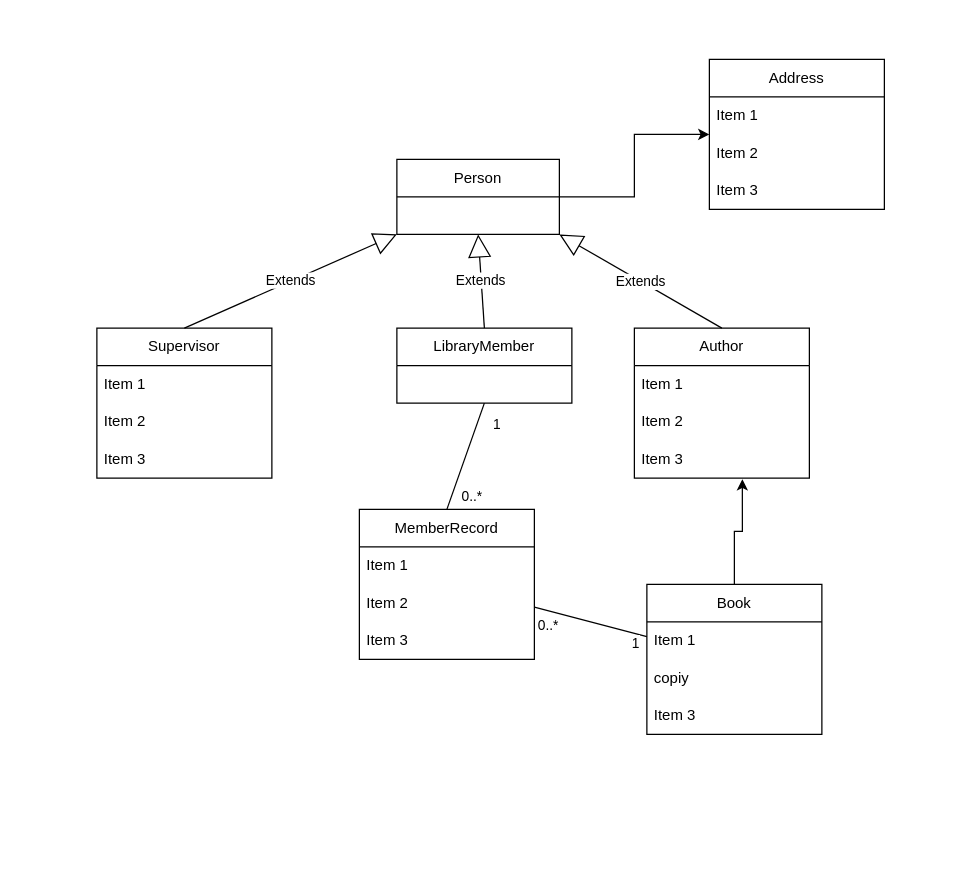
Earlier version of the draw.io diagram src/main/java/com/cesarwillymc/libraryprojectmpp/initial.drawio (cesarwillymc/LibraryProjectMpp). Source tidied: cells renumbered, new cells numbered last; positions are measured from the earlier drawing's top-left corner, leaving out a move shared by most shapes. Both pictures are drawn from the tidied source at 125%, with x=0, y=0 at pixel (96, 59).
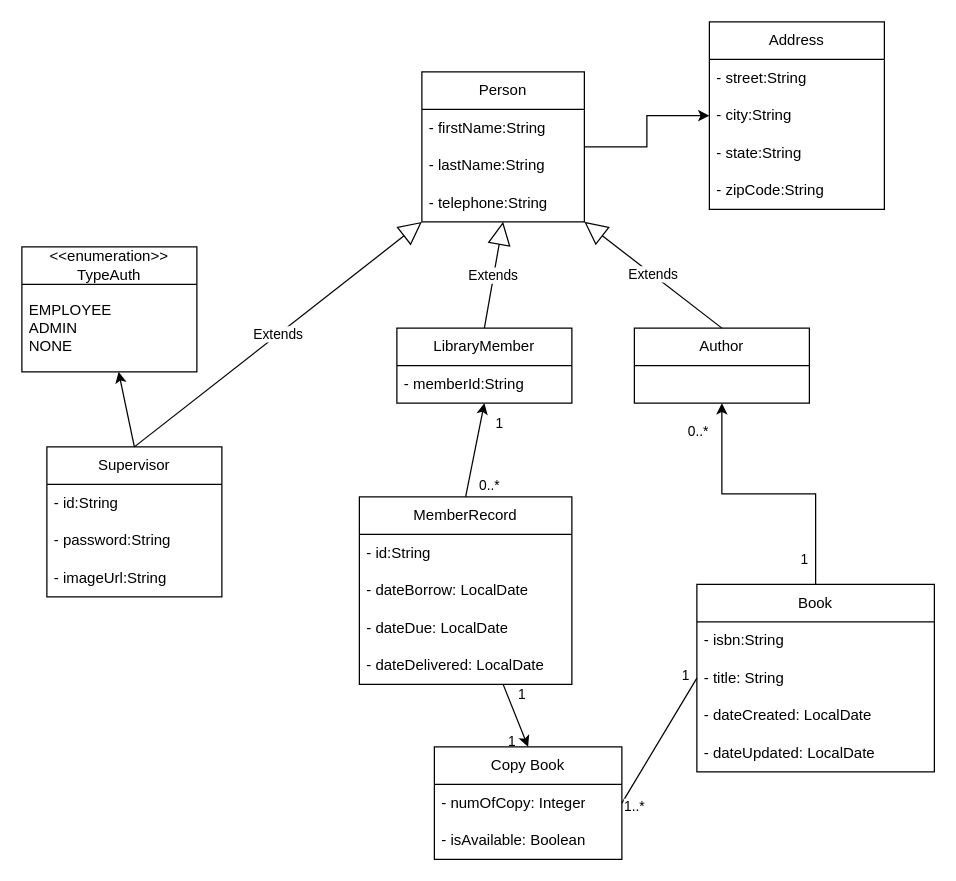
The same page after the edit.

Unchanged cells that the change refers to:
```xml
<mxCell id="2" value="LibraryMember" style="swimlane;fontStyle=0;horizontal=1;startSize=30;whiteSpace=wrap;html=1;" parent="1" vertex="1">
  <mxGeometry x="240" y="215" width="140" height="60" as="geometry" />
</mxCell>
```

Diff of the diagram source:
```diff
@@
+    <mxCell id="35" value="- memberId:String" style="text;strokeColor=none;fillColor=none;align=left;verticalAlign=middle;spacingLeft=4;spacingRight=4;overflow=hidden;whiteSpace=wrap;html=1;" parent="2" vertex="1">
+      <mxGeometry y="30" width="140" height="30" as="geometry" />
+    </mxCell>
     <mxCell id="3" value="Supervisor" style="swimlane;fontStyle=0;horizontal=1;startSize=30;whiteSpace=wrap;html=1;" parent="1" vertex="1">
-      <mxGeometry y="215" width="140" height="120" as="geometry" />
+      <mxGeometry x="-40" y="310" width="140" height="120" as="geometry" />
     </mxCell>
-    <mxCell id="4" value="Item 1" style="text;strokeColor=none;fillColor=none;align=left;verticalAlign=middle;spacingLeft=4;spacingRight=4;overflow=hidden;whiteSpace=wrap;html=1;" parent="3" vertex="1">
+    <mxCell id="4" value="- id:String" style="text;strokeColor=none;fillColor=none;align=left;verticalAlign=middle;spacingLeft=4;spacingRight=4;overflow=hidden;whiteSpace=wrap;html=1;" parent="3" vertex="1">
       <mxGeometry y="30" width="140" height="30" as="geometry" />
     </mxCell>
-    <mxCell id="5" value="Item 2" style="text;strokeColor=none;fillColor=none;align=left;verticalAlign=middle;spacingLeft=4;spacingRight=4;overflow=hidden;whiteSpace=wrap;html=1;" parent="3" vertex="1">
+    <mxCell id="5" value="- password:String" style="text;strokeColor=none;fillColor=none;align=left;verticalAlign=middle;spacingLeft=4;spacingRight=4;overflow=hidden;whiteSpace=wrap;html=1;" parent="3" vertex="1">
       <mxGeometry y="60" width="140" height="30" as="geometry" />
     </mxCell>
-    <mxCell id="6" value="Item 3" style="text;strokeColor=none;fillColor=none;align=left;verticalAlign=middle;spacingLeft=4;spacingRight=4;overflow=hidden;whiteSpace=wrap;html=1;" parent="3" vertex="1">
+    <mxCell id="6" value="- imageUrl:String" style="text;strokeColor=none;fillColor=none;align=left;verticalAlign=middle;spacingLeft=4;spacingRight=4;overflow=hidden;whiteSpace=wrap;html=1;" parent="3" vertex="1">
       <mxGeometry y="90" width="140" height="30" as="geometry" />
     </mxCell>
-    <mxCell id="7" style="edgeStyle=orthogonalEdgeStyle;rounded=0;jettySize=auto;html=1;entryX=0.617;entryY=1.029;entryDx=0;entryDy=0;entryPerimeter=0;" parent="1" edge="1" source="8" target="19">
+    <mxCell id="7" style="edgeStyle=orthogonalEdgeStyle;rounded=0;jettySize=auto;html=1;entryX=0.5;entryY=1;entryDx=0;entryDy=0;" parent="1" edge="1" source="8" target="16">
       <mxGeometry relative="1" as="geometry" />
     </mxCell>
+    <mxCell id="36" value="0..*" style="edgeLabel;html=1;align=center;verticalAlign=middle;" parent="7" vertex="1">
+      <mxGeometry x="0.8" y="1" relative="1" as="geometry">
+        <mxPoint x="-19" as="offset" />
+      </mxGeometry>
+    </mxCell>
+    <mxCell id="37" value="1" style="edgeLabel;html=1;align=center;verticalAlign=middle;" parent="7" vertex="1">
+      <mxGeometry x="-0.81" y="1" relative="1" as="geometry">
+        <mxPoint x="-9" as="offset" />
+      </mxGeometry>
+    </mxCell>
     <mxCell id="8" value="Book" style="swimlane;fontStyle=0;horizontal=1;startSize=30;whiteSpace=wrap;html=1;" parent="1" vertex="1">
-      <mxGeometry x="440" y="420" width="140" height="120" as="geometry" />
+      <mxGeometry x="480" y="420" width="190" height="150" as="geometry" />
     </mxCell>
-    <mxCell id="9" value="Item 1" style="text;strokeColor=none;fillColor=none;align=left;verticalAlign=middle;spacingLeft=4;spacingRight=4;overflow=hidden;whiteSpace=wrap;html=1;" parent="8" vertex="1">
-      <mxGeometry y="30" width="140" height="30" as="geometry" />
+    <mxCell id="9" value="- isbn:String" style="text;strokeColor=none;fillColor=none;align=left;verticalAlign=middle;spacingLeft=4;spacingRight=4;overflow=hidden;whiteSpace=wrap;html=1;" parent="8" vertex="1">
+      <mxGeometry y="30" width="190" height="30" as="geometry" />
     </mxCell>
-    <mxCell id="10" value="copiy" style="text;strokeColor=none;fillColor=none;align=left;verticalAlign=middle;spacingLeft=4;spacingRight=4;overflow=hidden;whiteSpace=wrap;html=1;" parent="8" vertex="1">
-      <mxGeometry y="60" width="140" height="30" as="geometry" />
+    <mxCell id="10" value="- title: String" style="text;strokeColor=none;fillColor=none;align=left;verticalAlign=middle;spacingLeft=4;spacingRight=4;overflow=hidden;whiteSpace=wrap;html=1;" parent="8" vertex="1">
+      <mxGeometry y="60" width="190" height="30" as="geometry" />
     </mxCell>
+    <mxCell id="38" value="- dateCreated: LocalDate" style="text;strokeColor=none;fillColor=none;align=left;verticalAlign=middle;spacingLeft=4;spacingRight=4;overflow=hidden;whiteSpace=wrap;html=1;" parent="8" vertex="1">
+      <mxGeometry y="90" width="190" height="30" as="geometry" />
+    </mxCell>
-    <mxCell id="11" value="Item 3" style="text;strokeColor=none;fillColor=none;align=left;verticalAlign=middle;spacingLeft=4;spacingRight=4;overflow=hidden;whiteSpace=wrap;html=1;" parent="8" vertex="1">
-      <mxGeometry y="90" width="140" height="30" as="geometry" />
+    <mxCell id="11" value="- dateUpdated: LocalDate" style="text;strokeColor=none;fillColor=none;align=left;verticalAlign=middle;spacingLeft=4;spacingRight=4;overflow=hidden;whiteSpace=wrap;html=1;" parent="8" vertex="1">
+      <mxGeometry y="120" width="190" height="30" as="geometry" />
     </mxCell>
     <mxCell id="12" value="Address" style="swimlane;fontStyle=0;horizontal=1;startSize=30;whiteSpace=wrap;html=1;" parent="1" vertex="1">
-      <mxGeometry x="490" width="140" height="120" as="geometry" />
+      <mxGeometry x="490" y="-30" width="140" height="150" as="geometry" />
     </mxCell>
-    <mxCell id="13" value="Item 1" style="text;strokeColor=none;fillColor=none;align=left;verticalAlign=middle;spacingLeft=4;spacingRight=4;overflow=hidden;whiteSpace=wrap;html=1;" parent="12" vertex="1">
+    <mxCell id="13" value="- street:String" style="text;strokeColor=none;fillColor=none;align=left;verticalAlign=middle;spacingLeft=4;spacingRight=4;overflow=hidden;whiteSpace=wrap;html=1;" parent="12" vertex="1">
       <mxGeometry y="30" width="140" height="30" as="geometry" />
     </mxCell>
-    <mxCell id="14" value="Item 2" style="text;strokeColor=none;fillColor=none;align=left;verticalAlign=middle;spacingLeft=4;spacingRight=4;overflow=hidden;whiteSpace=wrap;html=1;" parent="12" vertex="1">
+    <mxCell id="14" value="- city:String" style="text;strokeColor=none;fillColor=none;align=left;verticalAlign=middle;spacingLeft=4;spacingRight=4;overflow=hidden;whiteSpace=wrap;html=1;" parent="12" vertex="1">
       <mxGeometry y="60" width="140" height="30" as="geometry" />
     </mxCell>
+    <mxCell id="39" value="- state:String" style="text;strokeColor=none;fillColor=none;align=left;verticalAlign=middle;spacingLeft=4;spacingRight=4;overflow=hidden;whiteSpace=wrap;html=1;" parent="12" vertex="1">
+      <mxGeometry y="90" width="140" height="30" as="geometry" />
+    </mxCell>
-    <mxCell id="15" value="Item 3" style="text;strokeColor=none;fillColor=none;align=left;verticalAlign=middle;spacingLeft=4;spacingRight=4;overflow=hidden;whiteSpace=wrap;html=1;" parent="12" vertex="1">
-      <mxGeometry y="90" width="140" height="30" as="geometry" />
+    <mxCell id="15" value="- zipCode:String" style="text;strokeColor=none;fillColor=none;align=left;verticalAlign=middle;spacingLeft=4;spacingRight=4;overflow=hidden;whiteSpace=wrap;html=1;" parent="12" vertex="1">
+      <mxGeometry y="120" width="140" height="30" as="geometry" />
     </mxCell>
     <mxCell id="16" value="Author" style="swimlane;fontStyle=0;horizontal=1;startSize=30;whiteSpace=wrap;html=1;" parent="1" vertex="1">
-      <mxGeometry x="430" y="215" width="140" height="120" as="geometry" />
+      <mxGeometry x="430" y="215" width="140" height="60" as="geometry" />
     </mxCell>
-    <mxCell id="17" value="Item 1" style="text;strokeColor=none;fillColor=none;align=left;verticalAlign=middle;spacingLeft=4;spacingRight=4;overflow=hidden;whiteSpace=wrap;html=1;" parent="16" vertex="1">
-      <mxGeometry y="30" width="140" height="30" as="geometry" />
-    </mxCell>
-    <mxCell id="18" value="Item 2" style="text;strokeColor=none;fillColor=none;align=left;verticalAlign=middle;spacingLeft=4;spacingRight=4;overflow=hidden;whiteSpace=wrap;html=1;" parent="16" vertex="1">
-      <mxGeometry y="60" width="140" height="30" as="geometry" />
-    </mxCell>
-    <mxCell id="19" value="Item 3" style="text;strokeColor=none;fillColor=none;align=left;verticalAlign=middle;spacingLeft=4;spacingRight=4;overflow=hidden;points=[[0,0.5],[1,0.5]];portConstraint=eastwest;whiteSpace=wrap;html=1;" parent="16" vertex="1">
-      <mxGeometry y="90" width="140" height="30" as="geometry" />
-    </mxCell>
     <mxCell id="20" value="MemberRecord" style="swimlane;fontStyle=0;horizontal=1;startSize=30;whiteSpace=wrap;html=1;" parent="1" vertex="1">
-      <mxGeometry x="210" y="360" width="140" height="120" as="geometry" />
+      <mxGeometry x="210" y="350" width="170" height="150" as="geometry" />
     </mxCell>
-    <mxCell id="21" value="Item 1" style="text;strokeColor=none;fillColor=none;align=left;verticalAlign=middle;spacingLeft=4;spacingRight=4;overflow=hidden;whiteSpace=wrap;html=1;" parent="20" vertex="1">
-      <mxGeometry y="30" width="140" height="30" as="geometry" />
+    <mxCell id="21" value="- id:String" style="text;strokeColor=none;fillColor=none;align=left;verticalAlign=middle;spacingLeft=4;spacingRight=4;overflow=hidden;whiteSpace=wrap;html=1;" parent="20" vertex="1">
+      <mxGeometry y="30" width="170" height="30" as="geometry" />
     </mxCell>
-    <mxCell id="22" value="Item 2" style="text;strokeColor=none;fillColor=none;align=left;verticalAlign=middle;spacingLeft=4;spacingRight=4;overflow=hidden;whiteSpace=wrap;html=1;" parent="20" vertex="1">
-      <mxGeometry y="60" width="140" height="30" as="geometry" />
+    <mxCell id="22" value="- dateBorrow: LocalDate" style="text;strokeColor=none;fillColor=none;align=left;verticalAlign=middle;spacingLeft=4;spacingRight=4;overflow=hidden;whiteSpace=wrap;html=1;" parent="20" vertex="1">
+      <mxGeometry y="60" width="170" height="30" as="geometry" />
     </mxCell>
-    <mxCell id="23" value="Item 3" style="text;strokeColor=none;fillColor=none;align=left;verticalAlign=middle;spacingLeft=4;spacingRight=4;overflow=hidden;whiteSpace=wrap;html=1;" parent="20" vertex="1">
-      <mxGeometry y="90" width="140" height="30" as="geometry" />
+    <mxCell id="23" value="- dateDue: LocalDate" style="text;strokeColor=none;fillColor=none;align=left;verticalAlign=middle;spacingLeft=4;spacingRight=4;overflow=hidden;whiteSpace=wrap;html=1;" parent="20" vertex="1">
+      <mxGeometry y="90" width="170" height="30" as="geometry" />
     </mxCell>
+    <mxCell id="40" value="- dateDelivered: LocalDate" style="text;strokeColor=none;fillColor=none;align=left;verticalAlign=middle;spacingLeft=4;spacingRight=4;overflow=hidden;whiteSpace=wrap;html=1;" parent="20" vertex="1">
+      <mxGeometry y="120" width="170" height="30" as="geometry" />
+    </mxCell>
@@
     <mxCell id="25" value="Person" style="swimlane;fontStyle=0;horizontal=1;startSize=30;whiteSpace=wrap;html=1;" parent="1" vertex="1">
-      <mxGeometry x="240" y="80" width="130" height="60" as="geometry" />
+      <mxGeometry x="260" y="10" width="130" height="120" as="geometry" />
     </mxCell>
+    <mxCell id="41" value="- firstName:String" style="text;strokeColor=none;fillColor=none;align=left;verticalAlign=middle;spacingLeft=4;spacingRight=4;overflow=hidden;whiteSpace=wrap;html=1;" parent="25" vertex="1">
+      <mxGeometry y="30" width="130" height="30" as="geometry" />
+    </mxCell>
+    <mxCell id="42" value="- lastName:String" style="text;strokeColor=none;fillColor=none;align=left;verticalAlign=middle;spacingLeft=4;spacingRight=4;overflow=hidden;whiteSpace=wrap;html=1;" parent="25" vertex="1">
+      <mxGeometry y="60" width="130" height="30" as="geometry" />
+    </mxCell>
+    <mxCell id="43" value="- telephone:String" style="text;strokeColor=none;fillColor=none;align=left;verticalAlign=middle;spacingLeft=4;spacingRight=4;overflow=hidden;whiteSpace=wrap;html=1;" parent="25" vertex="1">
+      <mxGeometry y="90" width="130" height="30" as="geometry" />
+    </mxCell>
@@
-    <mxCell id="29" style="endArrow=none;html=1;rounded=0;" parent="1" edge="1" source="20" target="8">
+    <mxCell id="29" style="endArrow=classic;html=1;rounded=1;strokeColor=default;startArrow=none;startFill=0;endFill=1;entryX=0.5;entryY=0;entryDx=0;entryDy=0;" parent="1" edge="1" source="20" target="44">
       <mxGeometry relative="1" as="geometry" />
     </mxCell>
     <mxCell id="30" value="1" style="edgeLabel;html=1;align=center;verticalAlign=middle;" parent="29" vertex="1">
       <mxGeometry x="0.78" relative="1" as="geometry">
-        <mxPoint y="7" as="offset" />
+        <mxPoint x="-11" y="1" as="offset" />
       </mxGeometry>
     </mxCell>
-    <mxCell id="31" value="0..*" style="edgeLabel;html=1;align=center;verticalAlign=middle;" parent="29" vertex="1">
+    <mxCell id="31" value="1" style="edgeLabel;html=1;align=center;verticalAlign=middle;" parent="29" vertex="1">
       <mxGeometry x="-0.86" y="-1" relative="1" as="geometry">
-        <mxPoint x="4" y="12" as="offset" />
+        <mxPoint x="14" y="3" as="offset" />
       </mxGeometry>
     </mxCell>
-    <mxCell id="32" style="endArrow=none;html=1;rounded=0;exitX=0.5;exitY=0;exitDx=0;exitDy=0;entryX=0.5;entryY=1;entryDx=0;entryDy=0;" parent="1" edge="1" source="20" target="2">
+    <mxCell id="32" style="endArrow=classic;html=1;rounded=0;exitX=0.5;exitY=0;exitDx=0;exitDy=0;entryX=0.5;entryY=1;entryDx=0;entryDy=0;endFill=1;" parent="1" edge="1" source="20" target="2">
       <mxGeometry relative="1" as="geometry" />
     </mxCell>
@@
+    <mxCell id="44" value="Copy Book" style="swimlane;fontStyle=0;horizontal=1;startSize=30;whiteSpace=wrap;html=1;" parent="1" vertex="1">
+      <mxGeometry x="270" y="550" width="150" height="90" as="geometry" />
+    </mxCell>
+    <mxCell id="45" value="- numOfCopy: Integer" style="text;strokeColor=none;fillColor=none;align=left;verticalAlign=middle;spacingLeft=4;spacingRight=4;overflow=hidden;points=[[0,0.5],[1,0.5]];portConstraint=eastwest;whiteSpace=wrap;html=1;" parent="44" vertex="1">
+      <mxGeometry y="30" width="150" height="30" as="geometry" />
+    </mxCell>
+    <mxCell id="46" value="- isAvailable: Boolean" style="text;strokeColor=none;fillColor=none;align=left;verticalAlign=middle;spacingLeft=4;spacingRight=4;overflow=hidden;whiteSpace=wrap;html=1;" parent="44" vertex="1">
+      <mxGeometry y="60" width="150" height="30" as="geometry" />
+    </mxCell>
+    <mxCell id="47" style="endArrow=none;html=1;rounded=0;exitX=1;exitY=0.5;exitDx=0;exitDy=0;" parent="1" edge="1" source="45">
+      <mxGeometry relative="1" as="geometry">
+        <mxPoint x="480" y="495" as="targetPoint" />
+      </mxGeometry>
+    </mxCell>
+    <mxCell id="48" value="1..*" style="edgeLabel;html=1;align=center;verticalAlign=middle;" parent="47" vertex="1">
+      <mxGeometry x="-0.86" y="-2" relative="1" as="geometry">
+        <mxPoint x="4" y="8" as="offset" />
+      </mxGeometry>
+    </mxCell>
+    <mxCell id="49" value="1" style="edgeLabel;html=1;align=center;verticalAlign=middle;" parent="47" vertex="1">
+      <mxGeometry x="0.86" y="1" relative="1" as="geometry">
+        <mxPoint x="-4" y="-9" as="offset" />
+      </mxGeometry>
+    </mxCell>
+    <mxCell id="50" value="&amp;lt;&amp;lt;enumeration&amp;gt;&amp;gt;&lt;br&gt;TypeAuth" style="swimlane;fontStyle=0;horizontal=1;startSize=30;whiteSpace=wrap;html=1;" parent="1" vertex="1">
+      <mxGeometry x="-60" y="150" width="140" height="100" as="geometry" />
+    </mxCell>
+    <mxCell id="51" value="EMPLOYEE&lt;br&gt;ADMIN&lt;br&gt;NONE" style="text;strokeColor=none;fillColor=none;align=left;verticalAlign=middle;spacingLeft=4;spacingRight=4;overflow=hidden;points=[[0,0.5],[1,0.5]];portConstraint=eastwest;whiteSpace=wrap;html=1;" parent="50" vertex="1">
+      <mxGeometry y="30" width="140" height="70" as="geometry" />
+    </mxCell>
+    <mxCell id="52" style="endArrow=classic;html=1;rounded=0;exitX=0.5;exitY=0;exitDx=0;exitDy=0;endFill=1;" parent="1" edge="1" source="3" target="51">
+      <mxGeometry relative="1" as="geometry" />
+    </mxCell>
```
